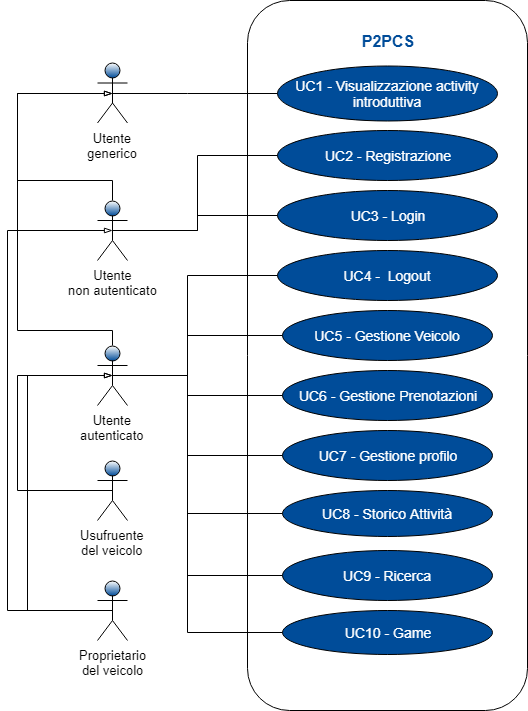
This is RR/Esterni/Analisi_dei_requisiti/res/images/UseCase.png from ZeusCode17/P2PCS, a draw.io export, as it was before one commit. Source tidied: cells renumbered, new cells last; positions are measured from the earlier drawing's top-left corner, leaving out a move shared by most shapes.
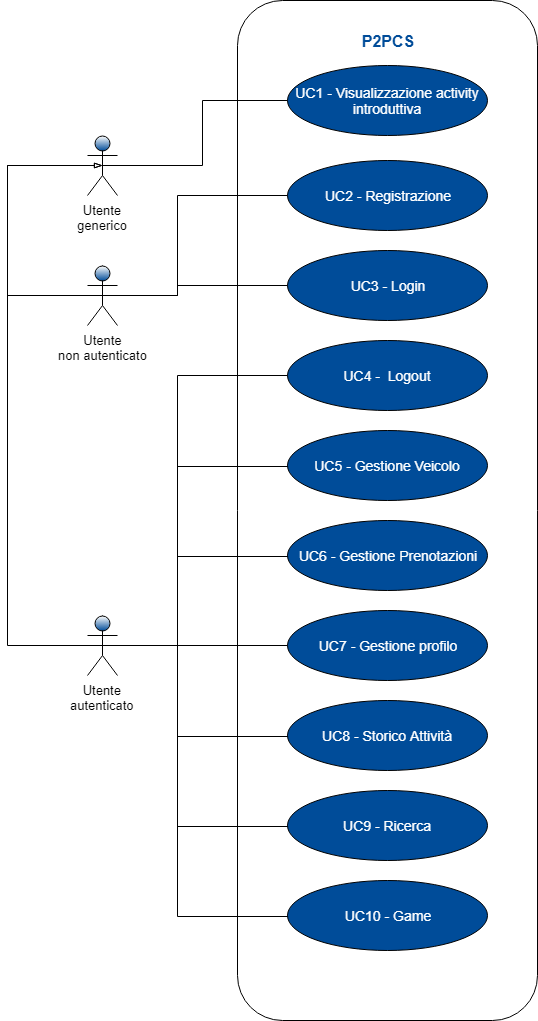
Later version of the same file.

Commit message:
img registrazione

Diff of the diagram source:
```diff
@@ -3,177 +3,147 @@
     <mxCell id="0" />
     <mxCell id="1" parent="0" />
     <mxCell id="2" style="rounded=1;whiteSpace=wrap;html=1;shadow=0;fontFamily=Helvetica;fontSize=13;labelPosition=center;verticalLabelPosition=top;align=center;verticalAlign=bottom;" parent="1" vertex="1">
-      <mxGeometry x="240" width="280" height="710" as="geometry" />
+      <mxGeometry x="240" width="300" height="1020" as="geometry" />
     </mxCell>
     <mxCell id="3" value="UC1 - Visualizzazione activity introduttiva" style="ellipse;whiteSpace=wrap;html=1;shadow=0;strokeColor=#000000;fillColor=#004C99;gradientColor=none;fontFamily=Helvetica;fontSize=14;fontColor=#FFFFFF;" parent="1" vertex="1">
-      <mxGeometry x="270" y="65" width="220" height="55" as="geometry" />
+      <mxGeometry x="290" y="65" width="200" height="70" as="geometry" />
     </mxCell>
     <mxCell id="4" value="&lt;font color=&quot;#004c99&quot; style=&quot;font-size: 16px;&quot;&gt;P2PCS&lt;br style=&quot;font-size: 16px;&quot;&gt;&lt;/font&gt;&lt;br style=&quot;font-size: 16px;&quot;&gt;" style="text;html=1;strokeColor=none;fillColor=none;align=center;verticalAlign=middle;whiteSpace=wrap;rounded=0;shadow=0;fontFamily=Helvetica;fontSize=16;fontColor=#FFFFFF;labelPosition=center;verticalLabelPosition=middle;fontStyle=1;" parent="1" vertex="1">
-      <mxGeometry x="340" y="40" width="80" height="20" as="geometry" />
+      <mxGeometry x="350" y="40" width="80" height="20" as="geometry" />
     </mxCell>
     <mxCell id="5" value="UC2 - Registrazione&lt;br style=&quot;font-size: 14px;&quot;&gt;" style="ellipse;whiteSpace=wrap;html=1;shadow=0;strokeColor=#000000;fillColor=#004C99;gradientColor=none;fontFamily=Helvetica;fontSize=14;fontColor=#FFFFFF;" parent="1" vertex="1">
-      <mxGeometry x="270" y="130" width="220" height="50" as="geometry" />
+      <mxGeometry x="290" y="160" width="200" height="70" as="geometry" />
     </mxCell>
     <mxCell id="6" value="UC3 - Login" style="ellipse;whiteSpace=wrap;html=1;shadow=0;strokeColor=#000000;fillColor=#004C99;gradientColor=none;fontFamily=Helvetica;fontSize=14;fontColor=#FFFFFF;" parent="1" vertex="1">
-      <mxGeometry x="270" y="190" width="220" height="50" as="geometry" />
+      <mxGeometry x="290" y="250" width="200" height="70" as="geometry" />
     </mxCell>
     <mxCell id="7" value="UC4 -&amp;nbsp; Logout" style="ellipse;whiteSpace=wrap;html=1;shadow=0;strokeColor=#000000;fillColor=#004C99;gradientColor=none;fontFamily=Helvetica;fontSize=14;fontColor=#FFFFFF;" parent="1" vertex="1">
-      <mxGeometry x="270" y="250" width="220" height="50" as="geometry" />
+      <mxGeometry x="290" y="340" width="200" height="70" as="geometry" />
     </mxCell>
     <mxCell id="8" value="UC5 - Gestione Veicolo&lt;br&gt;" style="ellipse;whiteSpace=wrap;html=1;shadow=0;strokeColor=#000000;fillColor=#004C99;gradientColor=none;fontFamily=Helvetica;fontSize=14;fontColor=#FFFFFF;" parent="1" vertex="1">
-      <mxGeometry x="275" y="310" width="210" height="50" as="geometry" />
+      <mxGeometry x="290" y="430" width="200" height="70" as="geometry" />
     </mxCell>
     <mxCell id="9" value="UC6 - Gestione Prenotazioni" style="ellipse;whiteSpace=wrap;html=1;shadow=0;strokeColor=#000000;fillColor=#004C99;gradientColor=none;fontFamily=Helvetica;fontSize=14;fontColor=#FFFFFF;" parent="1" vertex="1">
-      <mxGeometry x="275" y="370" width="210" height="50" as="geometry" />
+      <mxGeometry x="290" y="520" width="200" height="70" as="geometry" />
     </mxCell>
     <mxCell id="10" value="UC7 - Gestione profilo" style="ellipse;whiteSpace=wrap;html=1;shadow=0;strokeColor=#000000;fillColor=#004C99;gradientColor=none;fontFamily=Helvetica;fontSize=14;fontColor=#FFFFFF;" parent="1" vertex="1">
-      <mxGeometry x="275" y="430" width="210" height="50" as="geometry" />
+      <mxGeometry x="290" y="610" width="200" height="70" as="geometry" />
     </mxCell>
     <mxCell id="11" value="UC8 - Storico Attività" style="ellipse;whiteSpace=wrap;html=1;shadow=0;strokeColor=#000000;fillColor=#004C99;gradientColor=none;fontFamily=Helvetica;fontSize=14;fontColor=#FFFFFF;" parent="1" vertex="1">
-      <mxGeometry x="275" y="490" width="210" height="46" as="geometry" />
+      <mxGeometry x="290" y="700" width="200" height="70" as="geometry" />
     </mxCell>
     <mxCell id="12" value="UC9 - Ricerca&lt;br&gt;" style="ellipse;whiteSpace=wrap;html=1;shadow=0;strokeColor=#000000;fillColor=#004C99;gradientColor=none;fontFamily=Helvetica;fontSize=14;fontColor=#FFFFFF;" parent="1" vertex="1">
-      <mxGeometry x="275" y="550" width="210" height="50" as="geometry" />
+      <mxGeometry x="290" y="790" width="200" height="70" as="geometry" />
     </mxCell>
     <mxCell id="13" value="UC10 - Game&lt;br&gt;" style="ellipse;whiteSpace=wrap;html=1;shadow=0;strokeColor=#000000;fillColor=#004C99;gradientColor=none;fontFamily=Helvetica;fontSize=14;fontColor=#FFFFFF;" parent="1" vertex="1">
-      <mxGeometry x="275" y="610" width="210" height="44" as="geometry" />
+      <mxGeometry x="290" y="880" width="200" height="70" as="geometry" />
     </mxCell>
     <mxCell id="14" style="edgeStyle=orthogonalEdgeStyle;rounded=0;jettySize=auto;html=1;exitX=0.5;exitY=0.5;exitDx=0;exitDy=0;exitPerimeter=0;endArrow=none;endFill=0;strokeColor=#000000;fontFamily=Helvetica;fontSize=13;fontColor=#000000;" parent="1" edge="1" source="15" target="3">
-      <mxGeometry relative="1" as="geometry">
-        <Array as="points">
-          <mxPoint x="180" y="93" />
-          <mxPoint x="180" y="93" />
-        </Array>
-      </mxGeometry>
+      <mxGeometry relative="1" as="geometry" />
     </mxCell>
     <mxCell id="15" value="Utente&lt;br&gt;generico&lt;br&gt;" style="shape=umlActor;verticalLabelPosition=bottom;labelBackgroundColor=#ffffff;verticalAlign=top;html=1;shadow=0;strokeColor=#000000;fillColor=#004C99;gradientColor=#ffffff;fontFamily=Helvetica;fontSize=13;fontColor=#000000;gradientDirection=north;" parent="1" vertex="1">
-      <mxGeometry x="90" y="62.5" width="30" height="60" as="geometry" />
+      <mxGeometry x="90" y="135" width="30" height="60" as="geometry" />
     </mxCell>
     <mxCell id="16" style="edgeStyle=orthogonalEdgeStyle;rounded=0;jettySize=auto;html=1;exitX=0.5;exitY=0;exitDx=0;exitDy=0;exitPerimeter=0;entryX=0.5;entryY=0.5;entryDx=0;entryDy=0;entryPerimeter=0;endArrow=blockThin;endFill=0;strokeColor=#000000;fontFamily=Helvetica;fontSize=13;fontColor=#000000;" parent="1" edge="1" source="19" target="15">
       <mxGeometry relative="1" as="geometry">
         <Array as="points">
-          <mxPoint x="105" y="180" />
-          <mxPoint x="10" y="180" />
-          <mxPoint x="10" y="93" />
+          <mxPoint x="105" y="295" />
+          <mxPoint x="10" y="295" />
+          <mxPoint x="10" y="165" />
         </Array>
       </mxGeometry>
     </mxCell>
-    <mxCell id="17" style="edgeStyle=orthogonalEdgeStyle;rounded=0;jettySize=auto;html=1;exitX=0.5;exitY=0.5;exitDx=0;exitDy=0;exitPerimeter=0;endArrow=none;endFill=0;strokeColor=#000000;fontFamily=Helvetica;fontSize=13;fontColor=#000000;entryX=0;entryY=0.5;entryDx=0;entryDy=0;" parent="1" edge="1" source="19" target="5">
+    <mxCell id="17" style="edgeStyle=orthogonalEdgeStyle;rounded=0;jettySize=auto;html=1;exitX=0.5;exitY=0.5;exitDx=0;exitDy=0;exitPerimeter=0;endArrow=none;endFill=0;strokeColor=#000000;fontFamily=Helvetica;fontSize=13;fontColor=#000000;" parent="1" edge="1" source="19" target="5">
       <mxGeometry relative="1" as="geometry">
         <Array as="points">
-          <mxPoint x="190" y="230" />
-          <mxPoint x="190" y="155" />
+          <mxPoint x="180" y="295" />
+          <mxPoint x="180" y="195" />
         </Array>
       </mxGeometry>
     </mxCell>
     <mxCell id="18" style="edgeStyle=orthogonalEdgeStyle;rounded=0;jettySize=auto;html=1;exitX=0.5;exitY=0.5;exitDx=0;exitDy=0;exitPerimeter=0;entryX=0;entryY=0.5;entryDx=0;entryDy=0;endArrow=none;endFill=0;strokeColor=#000000;fontFamily=Helvetica;fontSize=13;fontColor=#000000;" parent="1" edge="1" source="19" target="6">
       <mxGeometry relative="1" as="geometry">
         <Array as="points">
-          <mxPoint x="190" y="230" />
-          <mxPoint x="190" y="215" />
+          <mxPoint x="180" y="295" />
+          <mxPoint x="180" y="285" />
         </Array>
       </mxGeometry>
     </mxCell>
     <mxCell id="19" value="Utente&lt;br style=&quot;font-size: 13px;&quot;&gt;non autenticato&lt;br style=&quot;font-size: 13px;&quot;&gt;" style="shape=umlActor;verticalLabelPosition=bottom;labelBackgroundColor=#ffffff;verticalAlign=top;html=1;shadow=0;strokeColor=#000000;fillColor=#004C99;gradientColor=#ffffff;fontFamily=Helvetica;fontSize=13;fontColor=#000000;gradientDirection=north;" parent="1" vertex="1">
-      <mxGeometry x="90" y="200" width="30" height="60" as="geometry" />
+      <mxGeometry x="90" y="265" width="30" height="60" as="geometry" />
     </mxCell>
     <mxCell id="20" style="edgeStyle=orthogonalEdgeStyle;rounded=0;jettySize=auto;html=1;exitX=0.5;exitY=0;exitDx=0;exitDy=0;exitPerimeter=0;endArrow=blockThin;endFill=0;strokeColor=#000000;fontFamily=Helvetica;fontSize=13;fontColor=#000000;entryX=0.5;entryY=0.5;entryDx=0;entryDy=0;entryPerimeter=0;" parent="1" edge="1" source="28" target="15">
       <mxGeometry relative="1" as="geometry">
         <Array as="points">
-          <mxPoint x="105" y="330" />
-          <mxPoint x="10" y="330" />
-          <mxPoint x="10" y="93" />
+          <mxPoint x="105" y="645" />
+          <mxPoint x="10" y="645" />
+          <mxPoint x="10" y="165" />
         </Array>
       </mxGeometry>
     </mxCell>
-    <mxCell id="21" style="edgeStyle=orthogonalEdgeStyle;rounded=0;jettySize=auto;html=1;exitX=0.5;exitY=0.5;exitDx=0;exitDy=0;exitPerimeter=0;endArrow=none;endFill=0;strokeColor=#000000;fontFamily=Helvetica;fontSize=13;fontColor=#000000;entryX=0;entryY=0.5;entryDx=0;entryDy=0;" parent="1" edge="1" source="28" target="7">
+    <mxCell id="21" style="edgeStyle=orthogonalEdgeStyle;rounded=0;jettySize=auto;html=1;exitX=0.5;exitY=0.5;exitDx=0;exitDy=0;exitPerimeter=0;endArrow=none;endFill=0;strokeColor=#000000;fontFamily=Helvetica;fontSize=13;fontColor=#000000;" parent="1" edge="1" source="28" target="7">
       <mxGeometry relative="1" as="geometry">
         <Array as="points">
+          <mxPoint x="180" y="645" />
           <mxPoint x="180" y="375" />
-          <mxPoint x="180" y="275" />
         </Array>
       </mxGeometry>
     </mxCell>
     <mxCell id="22" style="edgeStyle=orthogonalEdgeStyle;rounded=0;jettySize=auto;html=1;exitX=0.5;exitY=0.5;exitDx=0;exitDy=0;exitPerimeter=0;entryX=0;entryY=0.5;entryDx=0;entryDy=0;endArrow=none;endFill=0;strokeColor=#000000;fontFamily=Helvetica;fontSize=13;fontColor=#000000;" parent="1" edge="1" source="28" target="10">
       <mxGeometry relative="1" as="geometry">
         <Array as="points">
-          <mxPoint x="180" y="375" />
-          <mxPoint x="180" y="455" />
+          <mxPoint x="150" y="645" />
+          <mxPoint x="150" y="645" />
         </Array>
       </mxGeometry>
     </mxCell>
     <mxCell id="23" style="edgeStyle=orthogonalEdgeStyle;rounded=0;jettySize=auto;html=1;exitX=0.5;exitY=0.5;exitDx=0;exitDy=0;exitPerimeter=0;entryX=0;entryY=0.5;entryDx=0;entryDy=0;endArrow=none;endFill=0;strokeColor=#000000;fontFamily=Helvetica;fontSize=13;fontColor=#000000;" parent="1" edge="1" source="28" target="9">
       <mxGeometry relative="1" as="geometry">
         <Array as="points">
-          <mxPoint x="180" y="375" />
-          <mxPoint x="180" y="395" />
+          <mxPoint x="180" y="645" />
+          <mxPoint x="180" y="556" />
+          <mxPoint x="290" y="556" />
         </Array>
       </mxGeometry>
     </mxCell>
     <mxCell id="24" style="edgeStyle=orthogonalEdgeStyle;rounded=0;jettySize=auto;html=1;exitX=0.5;exitY=0.5;exitDx=0;exitDy=0;exitPerimeter=0;entryX=0;entryY=0.5;entryDx=0;entryDy=0;endArrow=none;endFill=0;strokeColor=#000000;fontFamily=Helvetica;fontSize=13;fontColor=#000000;" parent="1" edge="1" source="28" target="11">
       <mxGeometry relative="1" as="geometry">
         <Array as="points">
-          <mxPoint x="180" y="375" />
-          <mxPoint x="180" y="513" />
+          <mxPoint x="180" y="645" />
+          <mxPoint x="180" y="736" />
+          <mxPoint x="290" y="736" />
         </Array>
       </mxGeometry>
     </mxCell>
     <mxCell id="25" style="edgeStyle=orthogonalEdgeStyle;rounded=0;jettySize=auto;html=1;exitX=0.5;exitY=0.5;exitDx=0;exitDy=0;exitPerimeter=0;entryX=0;entryY=0.5;entryDx=0;entryDy=0;endArrow=none;endFill=0;strokeColor=#000000;fontFamily=Helvetica;fontSize=13;fontColor=#000000;" parent="1" edge="1" source="28" target="13">
       <mxGeometry relative="1" as="geometry">
         <Array as="points">
-          <mxPoint x="180" y="375" />
-          <mxPoint x="180" y="632" />
+          <mxPoint x="180" y="645" />
+          <mxPoint x="180" y="916" />
+          <mxPoint x="290" y="916" />
         </Array>
       </mxGeometry>
     </mxCell>
     <mxCell id="26" style="edgeStyle=orthogonalEdgeStyle;rounded=0;jettySize=auto;html=1;exitX=0.5;exitY=0.5;exitDx=0;exitDy=0;exitPerimeter=0;entryX=0;entryY=0.5;entryDx=0;entryDy=0;endArrow=none;endFill=0;strokeColor=#000000;fontFamily=Helvetica;fontSize=13;fontColor=#000000;" parent="1" edge="1" source="28" target="12">
       <mxGeometry relative="1" as="geometry">
         <Array as="points">
-          <mxPoint x="180" y="375" />
-          <mxPoint x="180" y="575" />
+          <mxPoint x="180" y="645" />
+          <mxPoint x="180" y="826" />
+          <mxPoint x="290" y="826" />
         </Array>
       </mxGeometry>
     </mxCell>
     <mxCell id="27" style="edgeStyle=orthogonalEdgeStyle;rounded=0;jettySize=auto;html=1;exitX=0.5;exitY=0.5;exitDx=0;exitDy=0;exitPerimeter=0;entryX=0;entryY=0.5;entryDx=0;entryDy=0;endArrow=none;endFill=0;strokeColor=#000000;fontFamily=Helvetica;fontSize=13;fontColor=#000000;" parent="1" edge="1" source="28" target="8">
       <mxGeometry relative="1" as="geometry">
         <Array as="points">
-          <mxPoint x="180" y="375" />
-          <mxPoint x="180" y="335" />
+          <mxPoint x="180" y="645" />
+          <mxPoint x="180" y="466" />
+          <mxPoint x="290" y="466" />
         </Array>
       </mxGeometry>
     </mxCell>
     <mxCell id="28" value="Utente&lt;br&gt;autenticato&lt;br&gt;" style="shape=umlActor;verticalLabelPosition=bottom;labelBackgroundColor=#ffffff;verticalAlign=top;html=1;shadow=0;strokeColor=#000000;fillColor=#004C99;gradientColor=#ffffff;fontFamily=Helvetica;fontSize=13;fontColor=#000000;gradientDirection=north;" parent="1" vertex="1">
-      <mxGeometry x="90" y="345" width="30" height="60" as="geometry" />
+      <mxGeometry x="90" y="615" width="30" height="60" as="geometry" />
     </mxCell>
-    <mxCell id="29" style="edgeStyle=orthogonalEdgeStyle;rounded=0;jettySize=auto;html=1;exitX=0.5;exitY=0.5;exitDx=0;exitDy=0;exitPerimeter=0;entryX=0.5;entryY=0.5;entryDx=0;entryDy=0;entryPerimeter=0;endArrow=blockThin;endFill=0;strokeColor=#000000;fontFamily=Helvetica;fontSize=13;fontColor=#000000;" parent="1" edge="1" source="30" target="28">
-      <mxGeometry relative="1" as="geometry">
-        <Array as="points">
-          <mxPoint x="10" y="490" />
-          <mxPoint x="10" y="375" />
-        </Array>
-      </mxGeometry>
-    </mxCell>
-    <mxCell id="30" value="Usufruente&lt;br&gt;del veicolo&lt;br&gt;" style="shape=umlActor;verticalLabelPosition=bottom;labelBackgroundColor=#ffffff;verticalAlign=top;html=1;shadow=0;strokeColor=#000000;fillColor=#004C99;gradientColor=#ffffff;fontFamily=Helvetica;fontSize=13;fontColor=#000000;gradientDirection=north;" parent="1" vertex="1">
-      <mxGeometry x="90" y="460" width="30" height="60" as="geometry" />
-    </mxCell>
-    <mxCell id="31" style="edgeStyle=orthogonalEdgeStyle;rounded=0;jettySize=auto;html=1;exitX=0.5;exitY=0.5;exitDx=0;exitDy=0;exitPerimeter=0;entryX=0.5;entryY=0.5;entryDx=0;entryDy=0;entryPerimeter=0;endArrow=blockThin;endFill=0;strokeColor=#000000;fontFamily=Helvetica;fontSize=13;fontColor=#000000;" parent="1" edge="1" source="33" target="19">
-      <mxGeometry relative="1" as="geometry">
-        <Array as="points">
-          <mxPoint y="610" />
-          <mxPoint y="230" />
-        </Array>
-      </mxGeometry>
-    </mxCell>
-    <mxCell id="32" style="edgeStyle=orthogonalEdgeStyle;rounded=0;jettySize=auto;html=1;exitX=0.5;exitY=0.5;exitDx=0;exitDy=0;exitPerimeter=0;entryX=0.5;entryY=0.5;entryDx=0;entryDy=0;entryPerimeter=0;endArrow=blockThin;endFill=0;strokeColor=#000000;fontFamily=Helvetica;fontSize=13;fontColor=#000000;" parent="1" edge="1" source="33" target="28">
-      <mxGeometry relative="1" as="geometry">
-        <Array as="points">
-          <mxPoint x="20" y="610" />
-          <mxPoint x="20" y="375" />
-        </Array>
-      </mxGeometry>
-    </mxCell>
-    <mxCell id="33" value="Proprietario&lt;br&gt;del veicolo&lt;br&gt;" style="shape=umlActor;verticalLabelPosition=bottom;labelBackgroundColor=#ffffff;verticalAlign=top;html=1;shadow=0;strokeColor=#000000;fillColor=#004C99;gradientColor=#ffffff;fontFamily=Helvetica;fontSize=13;fontColor=#000000;gradientDirection=north;" parent="1" vertex="1">
-      <mxGeometry x="90" y="580" width="30" height="60" as="geometry" />
-    </mxCell>
   </root>
 </mxGraphModel>
```
